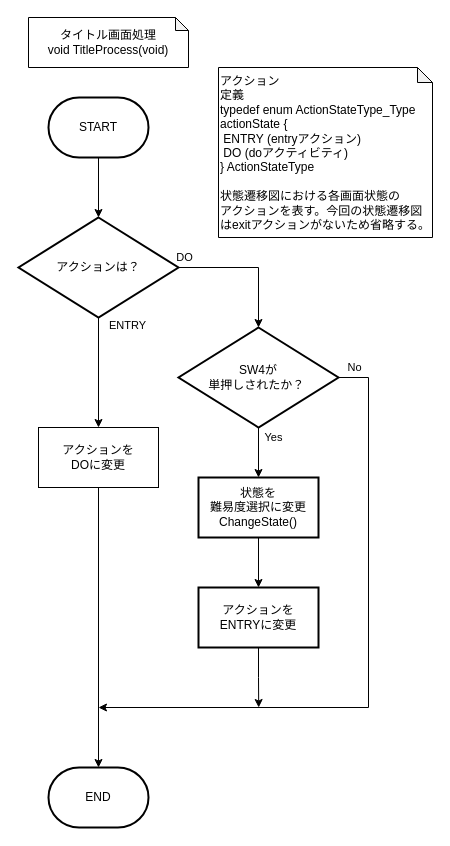
hakohumi/comp.train.whack-a-mole keeps this draw.io diagram as page "タイトル画面" (2 of 9) of 資料/設計書/フローチャート/モグラ叩き_フローチャート_ゲーム前.drawio. Above is the earlier version. Source tidied: cells renumbered, new cells numbered last; positions are measured from the earlier drawing's top-left corner, leaving out a move shared by most shapes. Both pictures are drawn from the tidied source at 100%, with x=0, y=0 at pixel (18, 17).
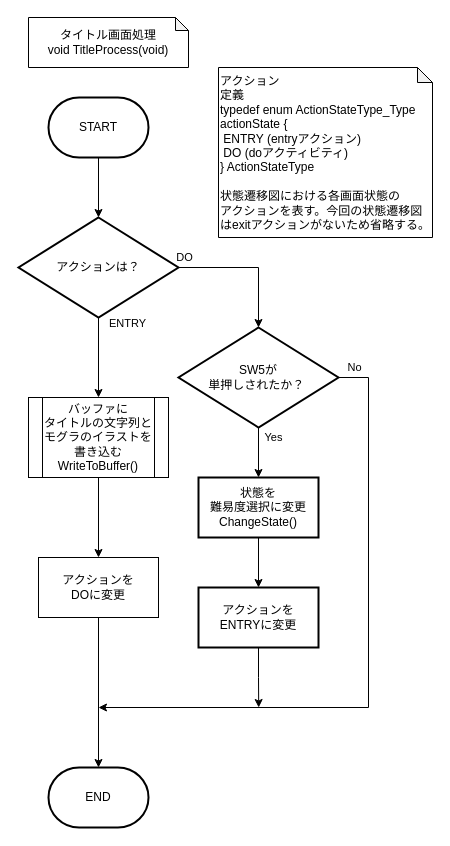
After the change.

The change refers to these unchanged cells:
```xml
<mxCell id="7" value="アクションは？" style="strokeWidth=2;html=1;shape=mxgraph.flowchart.decision;whiteSpace=wrap;" parent="1" vertex="1">
  <mxGeometry y="200" width="160" height="100" as="geometry" />
</mxCell>
```

The edit, as a diff of the source:
```diff
@@
-    <mxCell id="11" value="SW4が&lt;br&gt;単押しされたか？&amp;nbsp;" style="strokeWidth=2;html=1;shape=mxgraph.flowchart.decision;whiteSpace=wrap;" parent="1" vertex="1">
+    <mxCell id="11" value="SW5が&lt;br&gt;単押しされたか？&amp;nbsp;" style="strokeWidth=2;html=1;shape=mxgraph.flowchart.decision;whiteSpace=wrap;" parent="1" vertex="1">
       <mxGeometry x="160" y="310" width="160" height="100" as="geometry" />
     </mxCell>
@@
-    <mxCell id="14" value="ENTRY" style="edgeStyle=orthogonalEdgeStyle;rounded=0;jettySize=auto;html=1;entryX=0.5;entryY=0;entryDx=0;entryDy=0;" parent="1" edge="1" source="7" target="16">
+    <mxCell id="14" value="ENTRY" style="edgeStyle=orthogonalEdgeStyle;rounded=0;jettySize=auto;html=1;" parent="1" edge="1" source="7" target="21">
       <mxGeometry x="-0.86" y="29" relative="1" as="geometry" />
     </mxCell>
@@
     <mxCell id="16" value="アクションを&lt;br&gt;DOに変更" style="whiteSpace=wrap;html=1;" parent="1" vertex="1">
-      <mxGeometry x="20" y="410" width="120" height="60" as="geometry" />
+      <mxGeometry x="20" y="540" width="120" height="60" as="geometry" />
     </mxCell>
@@
+    <mxCell id="20" style="edgeStyle=orthogonalEdgeStyle;rounded=0;jettySize=auto;html=1;" parent="1" edge="1" source="21" target="16">
+      <mxGeometry relative="1" as="geometry" />
+    </mxCell>
+    <mxCell id="21" value="バッファに&lt;br&gt;タイトルの文字列と&lt;br&gt;モグラのイラストを&lt;br&gt;書き込む&lt;br&gt;WriteToBuffer()" style="shape=process;whiteSpace=wrap;html=1;backgroundOutline=1;" parent="1" vertex="1">
+      <mxGeometry x="10" y="380" width="140" height="80" as="geometry" />
+    </mxCell>
```
